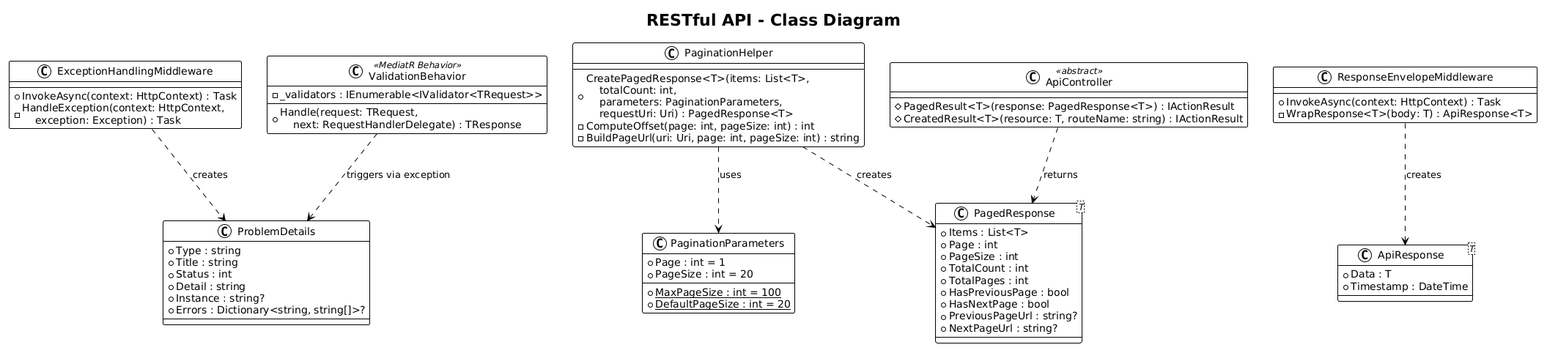
QuinntyneBrown/Blog keeps this PlantUML diagram as docs/detailed-designs/06-restful-api/diagrams/class_diagram.png. Above is the earlier version. Its diagram source:
```plantuml
@startuml
!theme plain

title RESTful API - Class Diagram

class ProblemDetails {
    +Type : string
    +Title : string
    +Status : int
    +Detail : string
    +Instance : string?
    +Errors : Dictionary<string, string[]>?
}

class "PagedResponse<T>" as PagedResponse {
    +Items : List<T>
    +Page : int
    +PageSize : int
    +TotalCount : int
    +TotalPages : int
    +HasPreviousPage : bool
    +HasNextPage : bool
    +PreviousPageUrl : string?
    +NextPageUrl : string?
}

class PaginationParameters {
    +Page : int = 1
    +PageSize : int = 20
    --
    {static} +MaxPageSize : int = 100
    {static} +DefaultPageSize : int = 20
}

class "ApiResponse<T>" as ApiResponse {
    +Data : T
    +Timestamp : DateTime
}

class PaginationHelper {
    +CreatePagedResponse<T>(items: List<T>,\n    totalCount: int,\n    parameters: PaginationParameters,\n    requestUri: Uri) : PagedResponse<T>
    -ComputeOffset(page: int, pageSize: int) : int
    -BuildPageUrl(uri: Uri, page: int, pageSize: int) : string
}

class ApiController <<abstract>> {
    #PagedResult<T>(response: PagedResponse<T>) : IActionResult
    #CreatedResult<T>(resource: T, routeName: string) : IActionResult
}

class ExceptionHandlingMiddleware {
    +InvokeAsync(context: HttpContext) : Task
    -HandleException(context: HttpContext,\n    exception: Exception) : Task
}

class ResponseEnvelopeMiddleware {
    +InvokeAsync(context: HttpContext) : Task
    -WrapResponse<T>(body: T) : ApiResponse<T>
}

class ValidationBehavior <<MediatR Behavior>> {
    -_validators : IEnumerable<IValidator<TRequest>>
    +Handle(request: TRequest,\n    next: RequestHandlerDelegate) : TResponse
}

PaginationHelper ..> PagedResponse : creates
PaginationHelper ..> PaginationParameters : uses
ExceptionHandlingMiddleware ..> ProblemDetails : creates
ResponseEnvelopeMiddleware ..> ApiResponse : creates
ApiController ..> PagedResponse : returns
ValidationBehavior ..> ProblemDetails : triggers via exception
@enduml
```
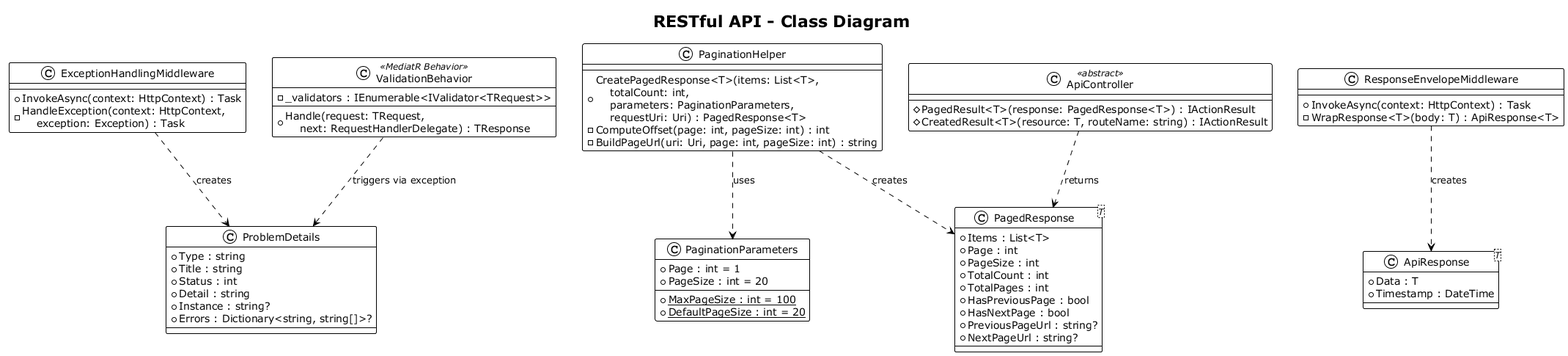
Later version of the same file.

Change to the diagram source:
```diff
@@ -1,4 +1,4 @@
-@startuml
+@startuml class_diagram
 !theme plain
 
 title RESTful API - Class Diagram
@@ -69,4 +69,5 @@
 ResponseEnvelopeMiddleware ..> ApiResponse : creates
 ApiController ..> PagedResponse : returns
 ValidationBehavior ..> ProblemDetails : triggers via exception
+
 @enduml
```
